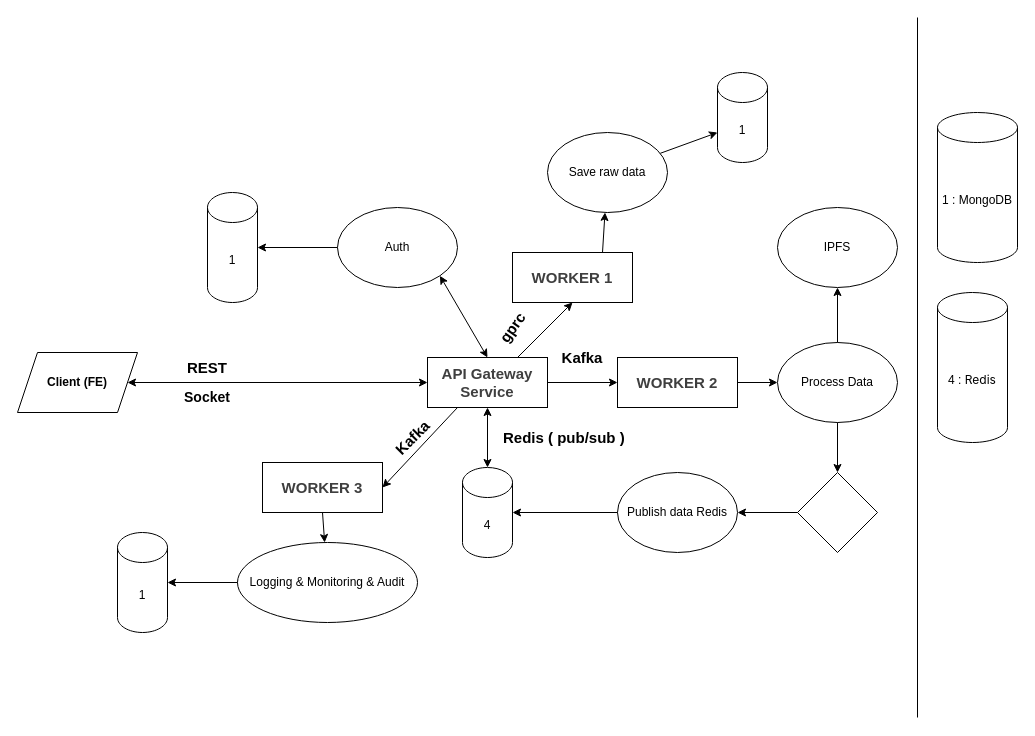
The draw.io diagram design.dio in GraduationProject-6251071040/design, before the edit. Source tidied: cells renumbered, new cells numbered last; positions are measured from the earlier drawing's top-left corner, leaving out a move shared by most shapes. Both pictures are drawn from the tidied source at 100%, with x=0, y=0 at pixel (17, 17).
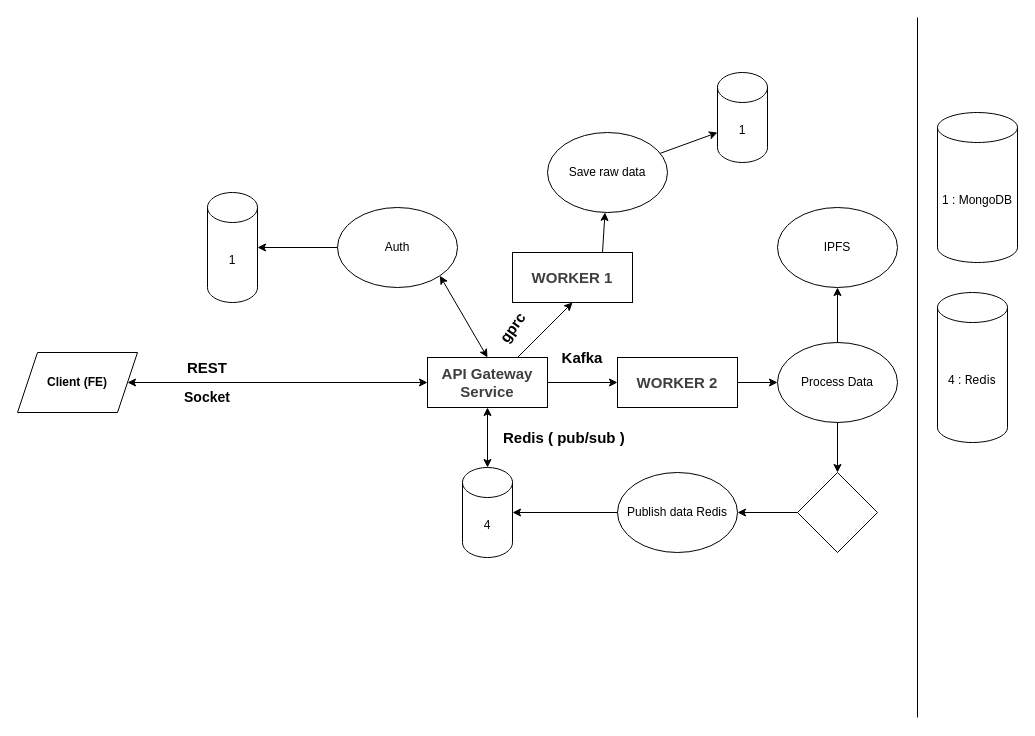
Above is the later version.

Unchanged cells that the change refers to:
```xml
<mxCell id="15" value="&lt;b style=&quot;color: rgb(63, 63, 63); font-size: 15px;&quot;&gt;API Gateway Service&lt;/b&gt;" style="rounded=0;whiteSpace=wrap;html=1;" parent="1" vertex="1">
  <mxGeometry x="410" y="340" width="120" height="50" as="geometry" />
</mxCell>
```

The edit, as a diff of the source:
```diff
@@
-    <mxCell id="3" value="Logging &amp;amp; Monitoring &amp;amp; Audit" style="ellipse;whiteSpace=wrap;html=1;" parent="1" vertex="1">
-      <mxGeometry x="220" y="525" width="180" height="80" as="geometry" />
-    </mxCell>
@@
-    <mxCell id="7" style="endArrow=classic;html=1;exitX=0.25;exitY=1;exitDx=0;exitDy=0;entryX=1;entryY=0.5;entryDx=0;entryDy=0;" parent="1" edge="1" source="15" target="33">
-      <mxGeometry relative="1" as="geometry" />
-    </mxCell>
@@
-    <mxCell id="16" value="1" style="shape=cylinder3;whiteSpace=wrap;html=1;boundedLbl=1;backgroundOutline=1;size=15;" parent="1" vertex="1">
-      <mxGeometry x="100" y="515" width="50" height="100" as="geometry" />
-    </mxCell>
-    <mxCell id="17" style="endArrow=classic;html=1;exitX=0;exitY=0.5;exitDx=0;exitDy=0;entryX=1;entryY=0.5;entryDx=0;entryDy=0;entryPerimeter=0;" parent="1" edge="1" source="3" target="16">
-      <mxGeometry relative="1" as="geometry" />
-    </mxCell>
@@
-    <mxCell id="33" value="&lt;b style=&quot;color: rgb(63, 63, 63); font-size: 15px;&quot;&gt;WORKER 3&lt;/b&gt;" style="rounded=0;whiteSpace=wrap;html=1;" parent="1" vertex="1">
-      <mxGeometry x="245" y="445" width="120" height="50" as="geometry" />
-    </mxCell>
-    <mxCell id="34" style="endArrow=classic;html=1;exitX=0.5;exitY=1;exitDx=0;exitDy=0;" parent="1" edge="1" source="33" target="3">
-      <mxGeometry relative="1" as="geometry" />
-    </mxCell>
@@
-    <mxCell id="38" value="&lt;b&gt;&lt;font style=&quot;font-size: 15px;&quot;&gt;Kafka&lt;/font&gt;&lt;/b&gt;" style="text;html=1;align=center;verticalAlign=middle;whiteSpace=wrap;rounded=0;rotation=-45;" parent="1" vertex="1">
-      <mxGeometry x="340" y="405" width="110" height="30" as="geometry" />
-    </mxCell>
```
